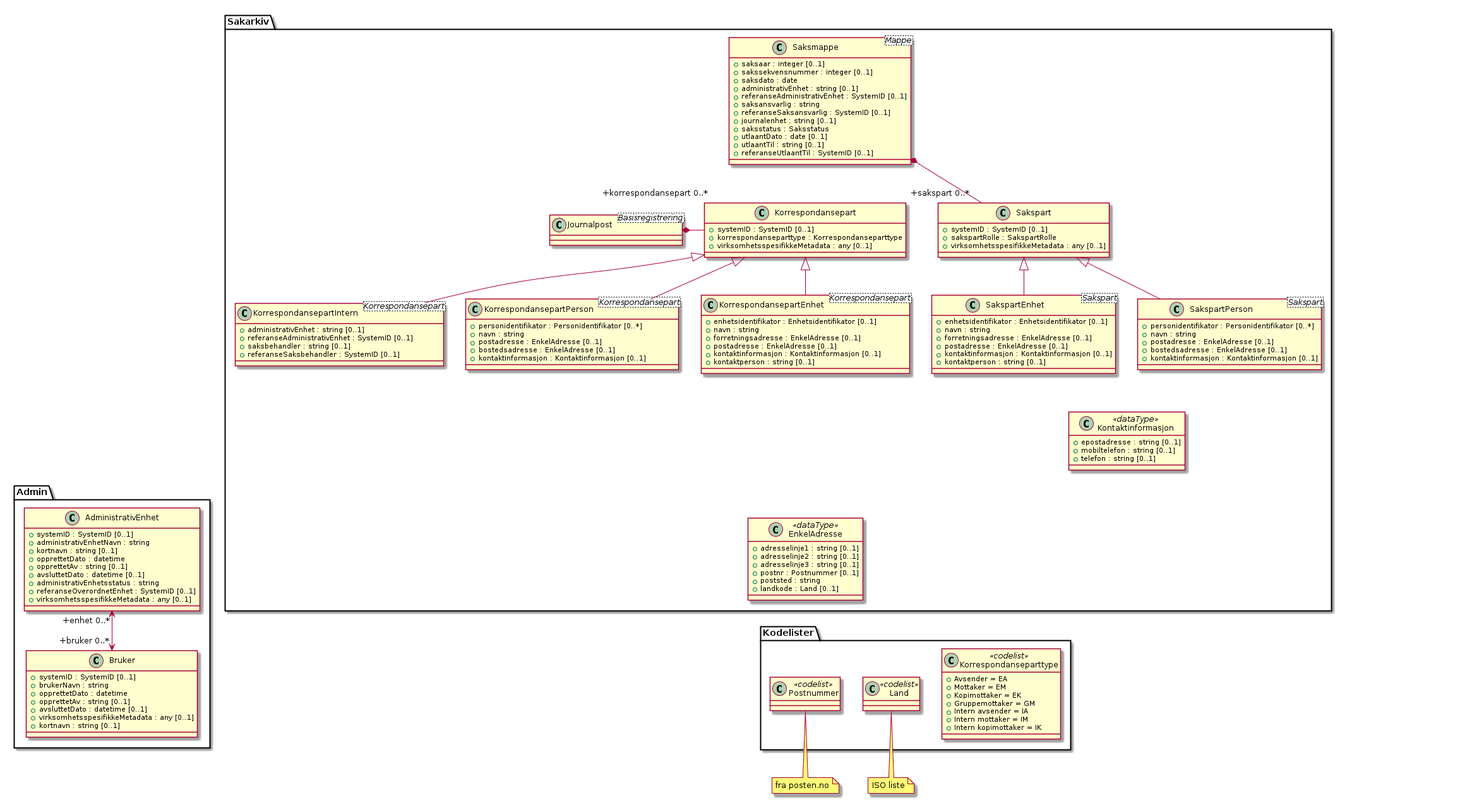
This is kapitler/media/uml-klasse-person-og-organisasjonsdata.png from arkivverket/noark5-tjenestegrensesnitt-standard, a PlantUML export, as it was before one commit.
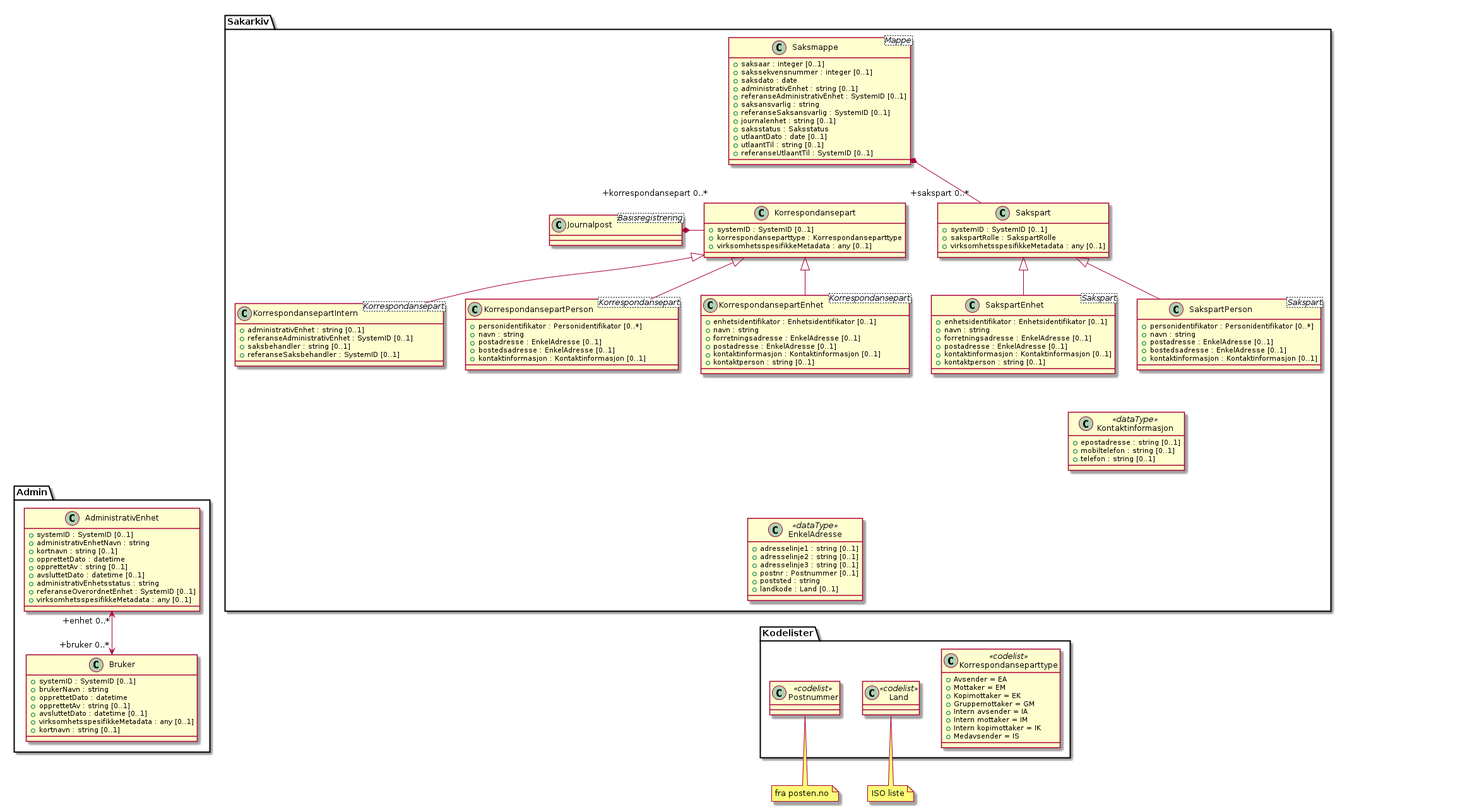
After the change.

Change to the diagram source:
```diff
@@ -9,6 +9,7 @@
   +Intern avsender = IA
   +Intern mottaker = IM
   +Intern kopimottaker = IK
+  +Medavsender = IS
 }
 class Sakarkiv.Korrespondansepart {
   +systemID : SystemID [0..1]
```
